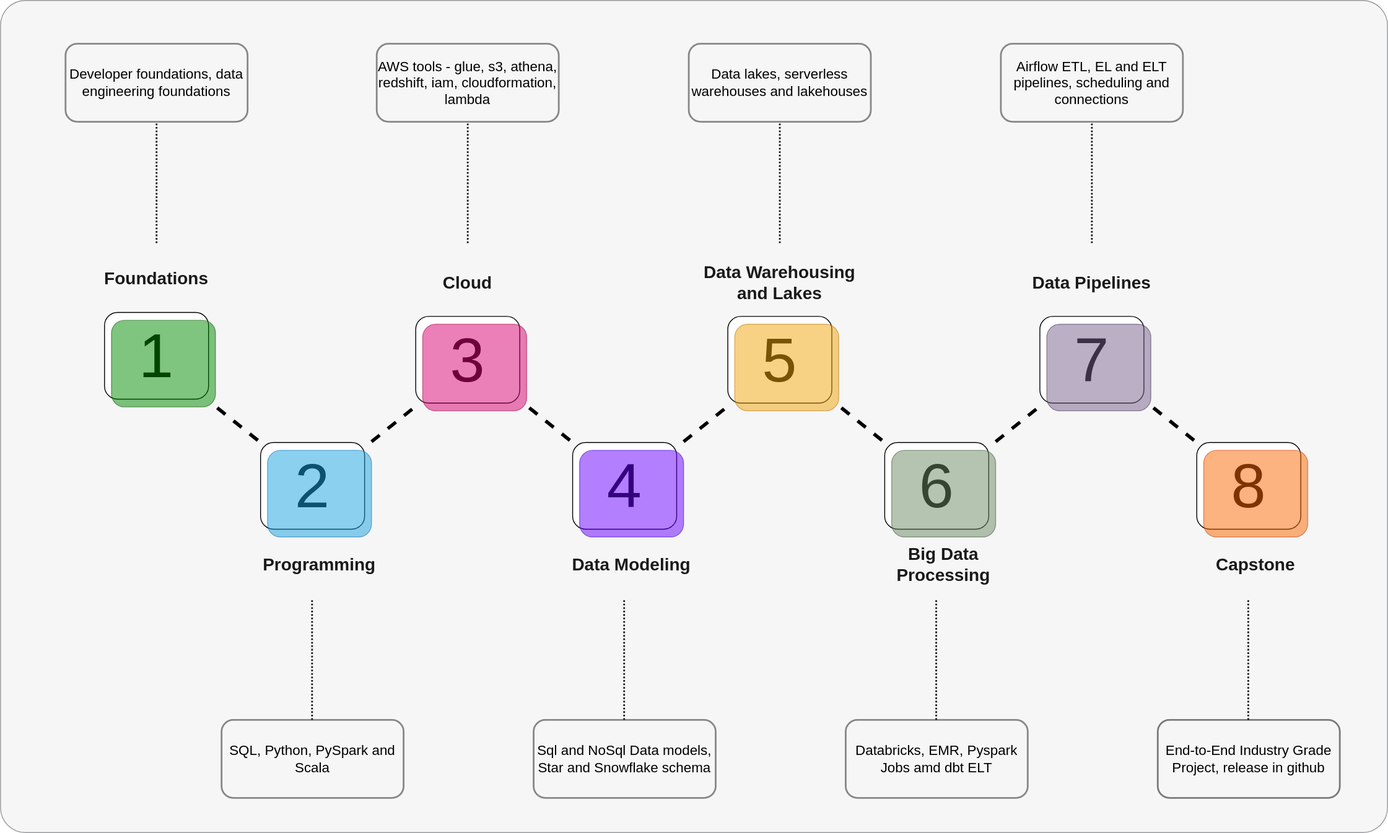
sparsh-ai/recohut keeps this draw.io diagram as 00-curriculum/img/basic.drawio.svg. Above is the earlier version. Source tidied: cells renumbered, new cells last; positions are measured from the earlier drawing's top-left corner, leaving out a move shared by most shapes.
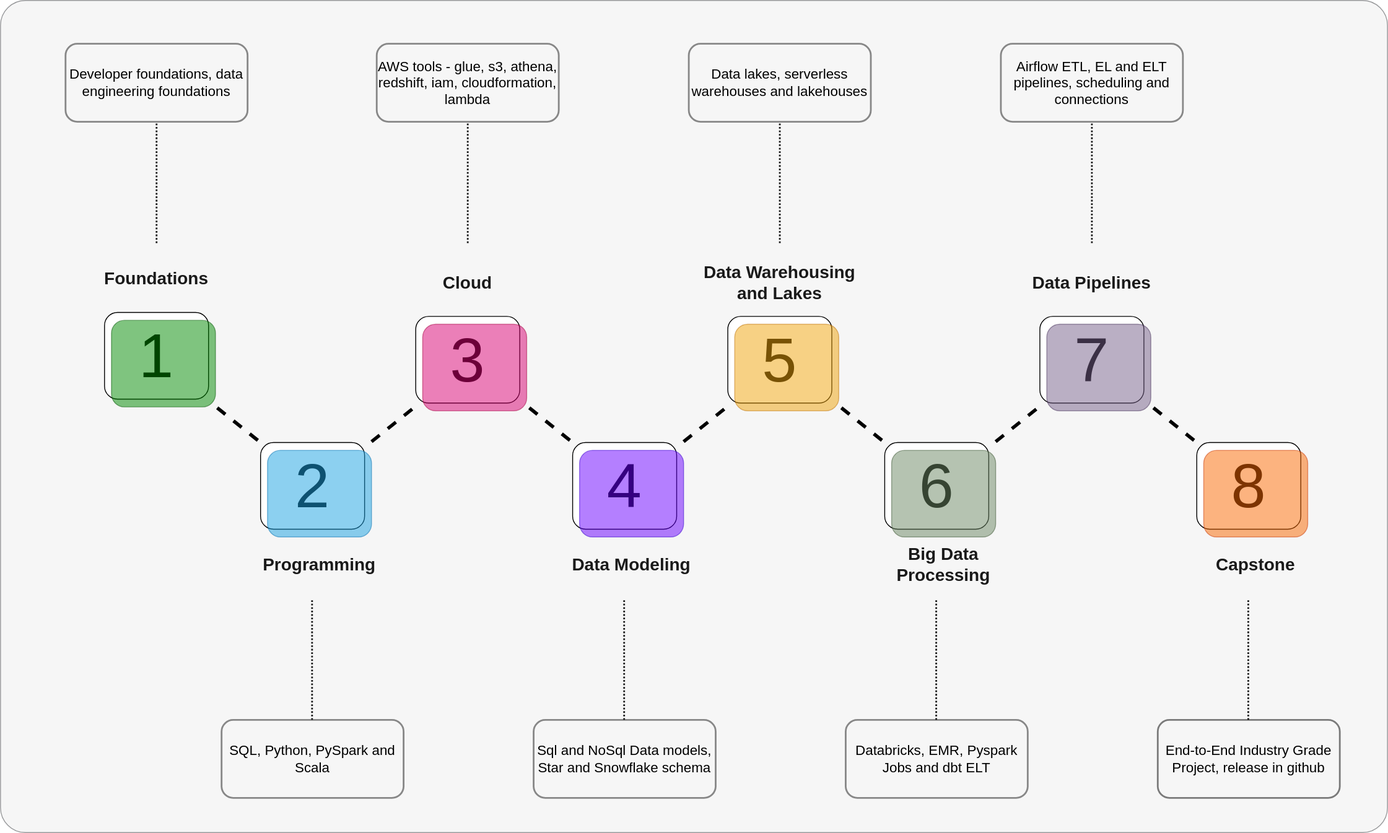
Later version of the same file.

Diff of the diagram source:
```diff
@@ -133,7 +133,7 @@
         <mxPoint x="1079.4" y="690" as="targetPoint" />
       </mxGeometry>
     </mxCell>
-    <mxCell id="35" value="Databricks, EMR, Pyspark Jobs amd dbt ELT" style="rounded=1;whiteSpace=wrap;html=1;fontSize=16;fillColor=none;opacity=50;strokeWidth=2;fontColor=#000000;fontStyle=0;strokeColor=#1A1A1A;" parent="1" vertex="1">
+    <mxCell id="35" value="Databricks, EMR, Pyspark Jobs and dbt ELT" style="rounded=1;whiteSpace=wrap;html=1;fontSize=16;fillColor=none;opacity=50;strokeWidth=2;fontColor=#000000;fontStyle=0;strokeColor=#1A1A1A;" parent="1" vertex="1">
       <mxGeometry x="975" y="830" width="210" height="90" as="geometry" />
     </mxCell>
     <mxCell id="36" value="Big Data Processing" style="text;html=1;strokeColor=none;fillColor=none;align=center;verticalAlign=middle;whiteSpace=wrap;rounded=0;fontSize=20;opacity=50;fontColor=#1A1A1A;fontStyle=1;" parent="1" vertex="1">
```
